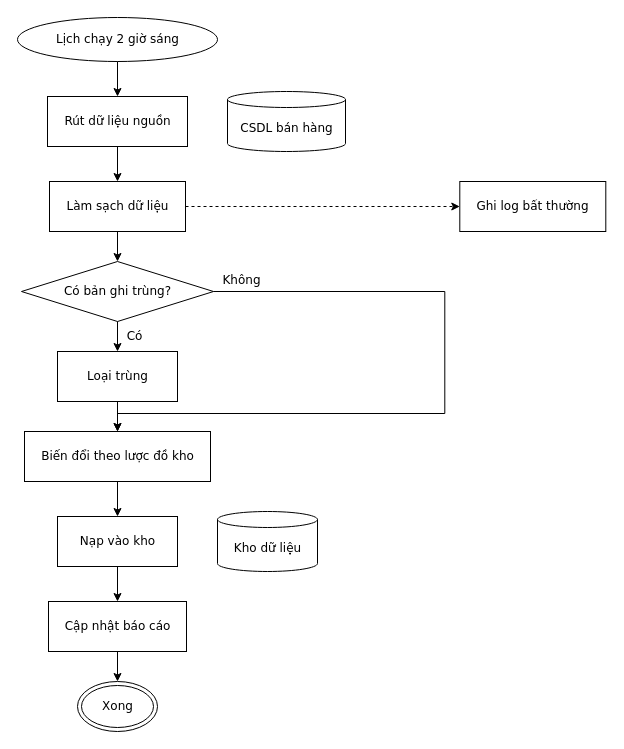
The draw.io diagram conformance/golden/mermaid/06-etl.drawio in luytbq/flowcast, before the edit. Source tidied: cells renumbered, new cells numbered last; positions are measured from the earlier drawing's top-left corner, leaving out a move shared by most shapes. Both pictures are drawn from the tidied source at 100%, with x=0, y=0 at pixel (17, 17).
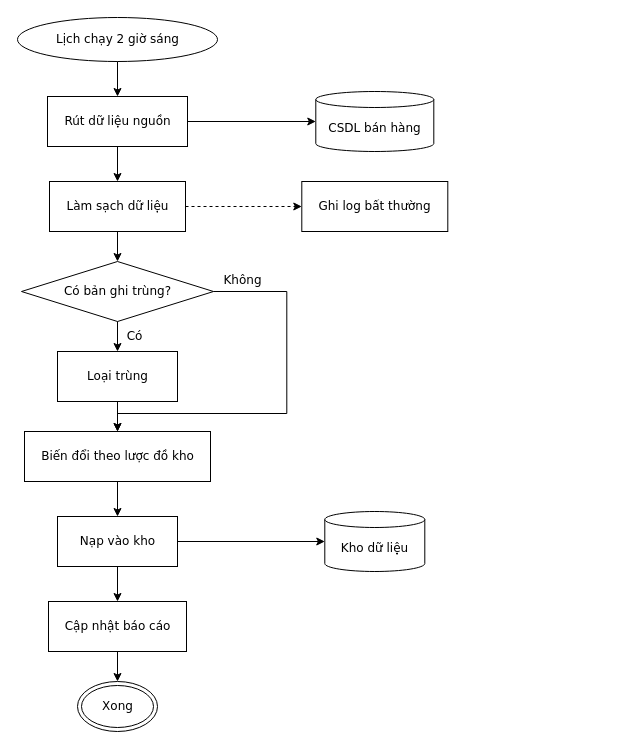
The same diagram, later.

Unchanged cells that the change refers to:
```xml
<mxCell id="3" value="Rút dữ liệu nguồn" style="rounded=0;html=1;fontFamily=Verdana;fontSize=12;flowtable=1;" parent="1" vertex="1">
  <mxGeometry x="30" y="79" width="140" height="50" as="geometry" />
</mxCell>
<mxCell id="6" value="Có bản ghi trùng?" style="rhombus;html=1;fontFamily=Verdana;fontSize=12;flowtable=1;" parent="1" vertex="1">
  <mxGeometry x="4" y="244" width="192" height="60" as="geometry" />
</mxCell>
<mxCell id="8" value="Biến đổi theo lược đồ kho" style="rounded=0;html=1;fontFamily=Verdana;fontSize=12;flowtable=1;" parent="1" vertex="1">
  <mxGeometry x="7" y="414" width="186" height="50" as="geometry" />
</mxCell>
<mxCell id="9" value="Nạp vào kho" style="rounded=0;html=1;fontFamily=Verdana;fontSize=12;flowtable=1;" parent="1" vertex="1">
  <mxGeometry x="40" y="499" width="120" height="50" as="geometry" />
</mxCell>
```

What changed in the source:
```diff
@@
     <mxCell id="4" value="CSDL bán hàng" style="shape=cylinder3;html=1;boundedLbl=1;backgroundOutline=1;size=8;fontFamily=Verdana;fontSize=12;flowtable=1;" parent="1" vertex="1">
-      <mxGeometry x="210" y="74" width="118" height="60" as="geometry" />
+      <mxGeometry x="298.3" y="74" width="118" height="60" as="geometry" />
     </mxCell>
@@
     <mxCell id="10" value="Kho dữ liệu" style="shape=cylinder3;html=1;boundedLbl=1;backgroundOutline=1;size=8;fontFamily=Verdana;fontSize=12;flowtable=1;" parent="1" vertex="1">
-      <mxGeometry x="200" y="494" width="100" height="60" as="geometry" />
+      <mxGeometry x="307.3" y="494" width="100" height="60" as="geometry" />
     </mxCell>
@@
     <mxCell id="13" value="Ghi log bất thường" style="rounded=0;html=1;fontFamily=Verdana;fontSize=12;flowtable=1;" parent="1" vertex="1">
-      <mxGeometry x="442.3" y="164" width="146" height="50" as="geometry" />
+      <mxGeometry x="284.3" y="164" width="146" height="50" as="geometry" />
     </mxCell>
@@
+    <mxCell id="24" style="edgeStyle=orthogonalEdgeStyle;rounded=0;jettySize=auto;html=1;labelBackgroundColor=default;exitX=1;exitY=0.5;exitDx=0;exitDy=0;entryX=0;entryY=0.5;entryDx=0;entryDy=0;fontFamily=Verdana;fontSize=12;flowtable=1;" parent="1" edge="1" source="3" target="4">
+      <mxGeometry relative="1" as="geometry" />
+    </mxCell>
@@
     <mxCell id="19" value="Không" style="edgeStyle=orthogonalEdgeStyle;rounded=0;jettySize=auto;html=1;labelBackgroundColor=default;exitX=1;exitY=0.5;exitDx=0;exitDy=0;entryX=0.5;entryY=0;entryDx=0;entryDy=0;fontFamily=Verdana;fontSize=12;flowtable=1;" parent="1" edge="1" source="6" target="8">
-      <mxGeometry x="-0.92" relative="1" as="geometry">
+      <mxGeometry x="-0.85" relative="1" as="geometry">
         <Array as="points">
-          <mxPoint x="427.3" y="274" />
-          <mxPoint x="427.3" y="396" />
+          <mxPoint x="269.3" y="274" />
+          <mxPoint x="269.3" y="396" />
           <mxPoint x="100" y="396" />
         </Array>
         <mxPoint y="-11.5" as="offset" />
       </mxGeometry>
     </mxCell>
@@
+    <mxCell id="25" style="edgeStyle=orthogonalEdgeStyle;rounded=0;jettySize=auto;html=1;labelBackgroundColor=default;exitX=1;exitY=0.5;exitDx=0;exitDy=0;entryX=0;entryY=0.5;entryDx=0;entryDy=0;fontFamily=Verdana;fontSize=12;flowtable=1;" parent="1" edge="1" source="9" target="10">
+      <mxGeometry relative="1" as="geometry" />
+    </mxCell>
```
